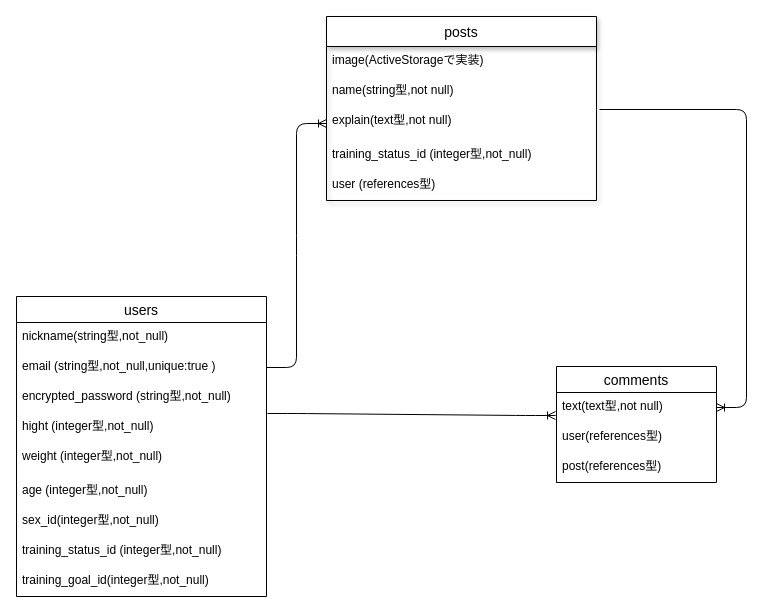
Before: shape.dio in daikiiin/shapepost, a draw.io diagram. Source tidied: cells renumbered, new cells numbered last; positions are measured from the earlier drawing's top-left corner, leaving out a move shared by most shapes. Both pictures are drawn from the tidied source at 100%, with x=0, y=0 at pixel (16, 16).
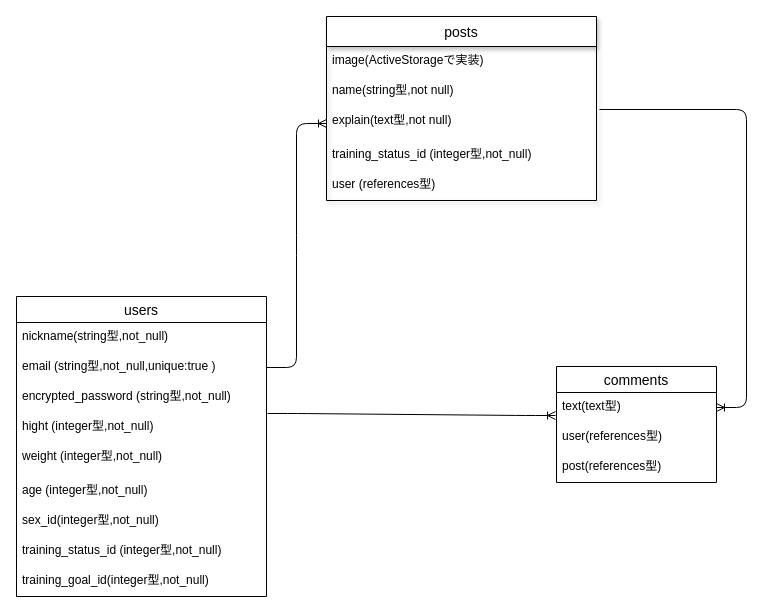
The same page after the edit.

The change refers to these unchanged cells:
```xml
<mxCell id="2" value="comments" style="swimlane;fontStyle=0;horizontal=1;startSize=26;align=center;fontSize=14;" parent="1" vertex="1">
  <mxGeometry x="540" y="350" width="160" height="116" as="geometry" />
</mxCell>
```

What changed in the source:
```diff
@@
-    <mxCell id="3" value="text(text型,not null)" style="text;strokeColor=none;fillColor=none;spacingLeft=4;spacingRight=4;overflow=hidden;points=[[0,0.5],[1,0.5]];portConstraint=eastwest;fontSize=12;" parent="2" vertex="1">
+    <mxCell id="3" value="text(text型)" style="text;strokeColor=none;fillColor=none;spacingLeft=4;spacingRight=4;overflow=hidden;points=[[0,0.5],[1,0.5]];portConstraint=eastwest;fontSize=12;" parent="2" vertex="1">
       <mxGeometry y="26" width="160" height="30" as="geometry" />
     </mxCell>
```
